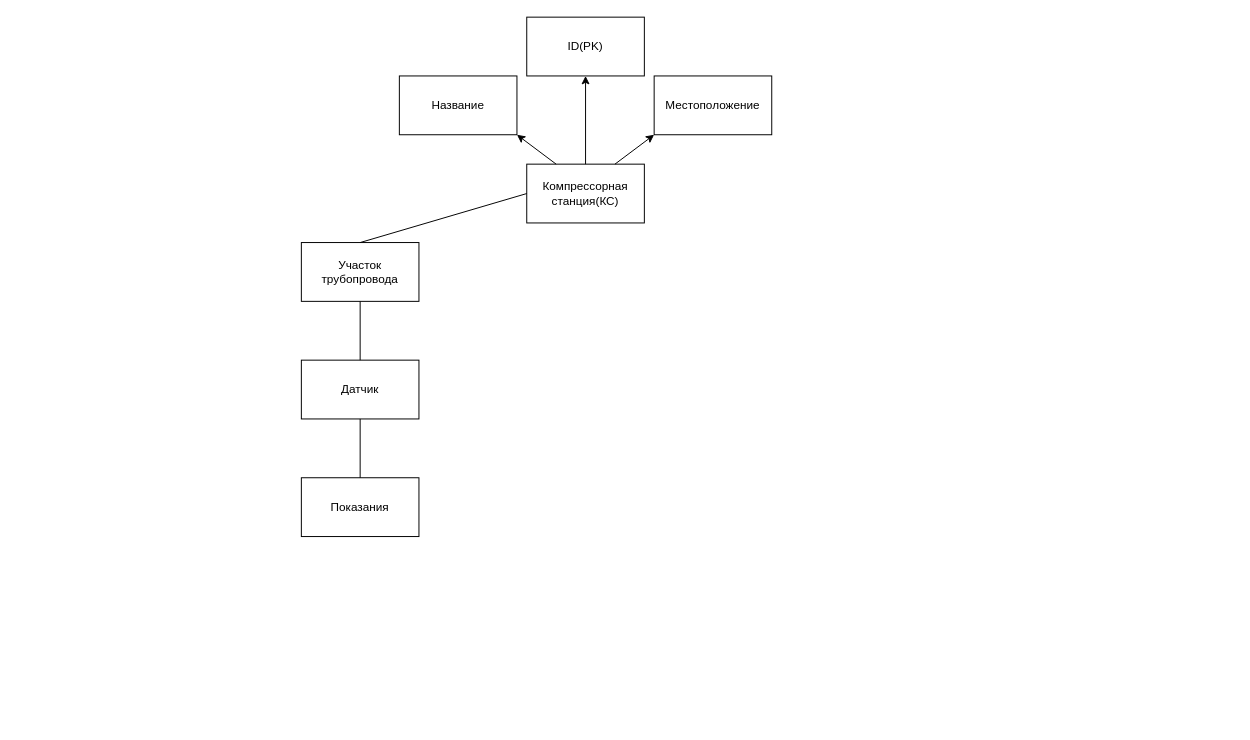
The draw.io diagram IM.drawio in ZaharZh/-, before the edit. Source tidied: cells renumbered, new cells numbered last; positions are measured from the earlier drawing's top-left corner, leaving out a move shared by most shapes. Both pictures are drawn from the tidied source at 98%, with x=0, y=0 at pixel (301, 17).
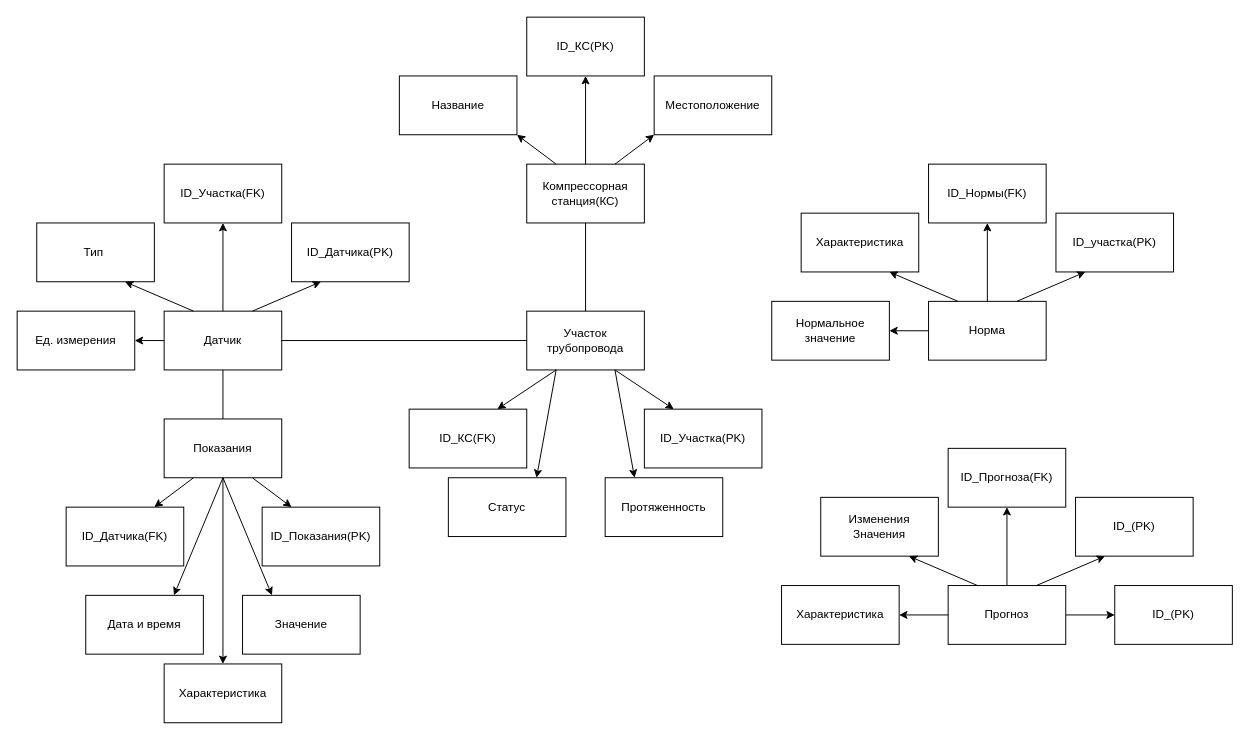
The same diagram, later.

The change refers to these unchanged cells:
```xml
<mxCell id="2" value="Компрессорная станция(КС)" style="rounded=0;whiteSpace=wrap;html=1;" parent="1" vertex="1">
  <mxGeometry x="230" y="150" width="120" height="60" as="geometry" />
</mxCell>
```

Change to the diagram source:
```diff
@@
     <mxCell id="3" value="Участок трубопровода" style="rounded=0;whiteSpace=wrap;html=1;" parent="1" vertex="1">
-      <mxGeometry y="230" width="120" height="60" as="geometry" />
+      <mxGeometry x="230" y="300" width="120" height="60" as="geometry" />
     </mxCell>
     <mxCell id="4" value="Датчик" style="rounded=0;whiteSpace=wrap;html=1;" parent="1" vertex="1">
-      <mxGeometry y="350" width="120" height="60" as="geometry" />
+      <mxGeometry x="-140" y="300" width="120" height="60" as="geometry" />
     </mxCell>
-    <mxCell id="5" style="endArrow=none;html=1;rounded=0;exitX=0.5;exitY=0;exitDx=0;exitDy=0;entryX=0.5;entryY=1;entryDx=0;entryDy=0;" parent="1" edge="1" source="4" target="3">
+    <mxCell id="5" style="endArrow=none;html=1;rounded=0;exitX=1;exitY=0.5;exitDx=0;exitDy=0;entryX=0;entryY=0.5;entryDx=0;entryDy=0;" parent="1" edge="1" source="4" target="3">
       <mxGeometry relative="1" as="geometry" />
     </mxCell>
-    <mxCell id="6" style="endArrow=none;html=1;rounded=0;exitX=0.5;exitY=0;exitDx=0;exitDy=0;entryX=0;entryY=0.5;entryDx=0;entryDy=0;" parent="1" edge="1" source="3" target="2">
+    <mxCell id="6" style="endArrow=none;html=1;rounded=0;exitX=0.5;exitY=0;exitDx=0;exitDy=0;entryX=0.5;entryY=1;entryDx=0;entryDy=0;" parent="1" edge="1" source="3" target="2">
       <mxGeometry relative="1" as="geometry" />
     </mxCell>
     <mxCell id="7" value="Показания" style="rounded=0;whiteSpace=wrap;html=1;" parent="1" vertex="1">
-      <mxGeometry y="470" width="120" height="60" as="geometry" />
+      <mxGeometry x="-140" y="410" width="120" height="60" as="geometry" />
     </mxCell>
@@
-    <mxCell id="9" value="ID(PK)" style="rounded=0;whiteSpace=wrap;html=1;" parent="1" vertex="1">
+    <mxCell id="9" value="ID_КС(PK)" style="rounded=0;whiteSpace=wrap;html=1;" parent="1" vertex="1">
       <mxGeometry x="230" width="120" height="60" as="geometry" />
     </mxCell>
@@
+    <mxCell id="15" value="ID_Участка(PK)" style="rounded=0;whiteSpace=wrap;html=1;" parent="1" vertex="1">
+      <mxGeometry x="350" y="400" width="120" height="60" as="geometry" />
+    </mxCell>
+    <mxCell id="16" style="endArrow=classic;html=1;rounded=0;exitX=0.75;exitY=1;exitDx=0;exitDy=0;entryX=0.25;entryY=0;entryDx=0;entryDy=0;" parent="1" edge="1" source="3" target="15">
+      <mxGeometry relative="1" as="geometry" />
+    </mxCell>
+    <mxCell id="17" value="Статус" style="rounded=0;whiteSpace=wrap;html=1;" parent="1" vertex="1">
+      <mxGeometry x="150" y="470" width="120" height="60" as="geometry" />
+    </mxCell>
+    <mxCell id="18" value="Протяженность" style="rounded=0;whiteSpace=wrap;html=1;" parent="1" vertex="1">
+      <mxGeometry x="310" y="470" width="120" height="60" as="geometry" />
+    </mxCell>
+    <mxCell id="19" style="endArrow=classic;html=1;rounded=0;exitX=0.25;exitY=1;exitDx=0;exitDy=0;entryX=0.75;entryY=0;entryDx=0;entryDy=0;" parent="1" edge="1" source="3" target="17">
+      <mxGeometry relative="1" as="geometry" />
+    </mxCell>
+    <mxCell id="20" style="endArrow=classic;html=1;rounded=0;entryX=0.25;entryY=0;entryDx=0;entryDy=0;exitX=0.75;exitY=1;exitDx=0;exitDy=0;" parent="1" edge="1" source="3" target="18">
+      <mxGeometry relative="1" as="geometry" />
+    </mxCell>
+    <mxCell id="21" value="ID_КС(FK)" style="rounded=0;whiteSpace=wrap;html=1;" parent="1" vertex="1">
+      <mxGeometry x="110" y="400" width="120" height="60" as="geometry" />
+    </mxCell>
+    <mxCell id="22" style="endArrow=classic;html=1;rounded=0;entryX=0.75;entryY=0;entryDx=0;entryDy=0;exitX=0.25;exitY=1;exitDx=0;exitDy=0;" parent="1" edge="1" source="3" target="21">
+      <mxGeometry relative="1" as="geometry" />
+    </mxCell>
+    <mxCell id="23" value="ID_Датчика(PK)" style="rounded=0;whiteSpace=wrap;html=1;" parent="1" vertex="1">
+      <mxGeometry x="-10" y="210" width="120" height="60" as="geometry" />
+    </mxCell>
+    <mxCell id="24" value="ID_Участка(FK)" style="rounded=0;whiteSpace=wrap;html=1;" parent="1" vertex="1">
+      <mxGeometry x="-140" y="150" width="120" height="60" as="geometry" />
+    </mxCell>
+    <mxCell id="25" value="Тип&amp;nbsp;" style="rounded=0;whiteSpace=wrap;html=1;" parent="1" vertex="1">
+      <mxGeometry x="-270" y="210" width="120" height="60" as="geometry" />
+    </mxCell>
+    <mxCell id="26" style="endArrow=classic;html=1;rounded=0;exitX=0.75;exitY=0;exitDx=0;exitDy=0;entryX=0.25;entryY=1;entryDx=0;entryDy=0;" parent="1" edge="1" source="4" target="23">
+      <mxGeometry relative="1" as="geometry" />
+    </mxCell>
+    <mxCell id="27" style="endArrow=classic;html=1;rounded=0;exitX=0.5;exitY=0;exitDx=0;exitDy=0;entryX=0.5;entryY=1;entryDx=0;entryDy=0;" parent="1" edge="1" source="4" target="24">
+      <mxGeometry relative="1" as="geometry" />
+    </mxCell>
+    <mxCell id="28" style="endArrow=classic;html=1;rounded=0;exitX=0.25;exitY=0;exitDx=0;exitDy=0;entryX=0.75;entryY=1;entryDx=0;entryDy=0;" parent="1" edge="1" source="4" target="25">
+      <mxGeometry relative="1" as="geometry" />
+    </mxCell>
+    <mxCell id="29" value="ID_Показания(PK)" style="rounded=0;whiteSpace=wrap;html=1;" parent="1" vertex="1">
+      <mxGeometry x="-40" y="500" width="120" height="60" as="geometry" />
+    </mxCell>
+    <mxCell id="30" value="ID_Датчика(FK)" style="rounded=0;whiteSpace=wrap;html=1;" parent="1" vertex="1">
+      <mxGeometry x="-240" y="500" width="120" height="60" as="geometry" />
+    </mxCell>
+    <mxCell id="31" style="endArrow=classic;html=1;rounded=0;exitX=0.75;exitY=1;exitDx=0;exitDy=0;entryX=0.25;entryY=0;entryDx=0;entryDy=0;" parent="1" edge="1" source="7" target="29">
+      <mxGeometry relative="1" as="geometry" />
+    </mxCell>
+    <mxCell id="32" style="endArrow=classic;html=1;rounded=0;exitX=0.25;exitY=1;exitDx=0;exitDy=0;entryX=0.75;entryY=0;entryDx=0;entryDy=0;" parent="1" edge="1" source="7" target="30">
+      <mxGeometry relative="1" as="geometry" />
+    </mxCell>
+    <mxCell id="33" style="endArrow=classic;html=1;rounded=0;exitX=0.5;exitY=1;exitDx=0;exitDy=0;entryX=0.75;entryY=0;entryDx=0;entryDy=0;" parent="1" edge="1" source="7" target="34">
+      <mxGeometry relative="1" as="geometry" />
+    </mxCell>
+    <mxCell id="34" value="Дата и время" style="rounded=0;whiteSpace=wrap;html=1;" parent="1" vertex="1">
+      <mxGeometry x="-220" y="590" width="120" height="60" as="geometry" />
+    </mxCell>
+    <mxCell id="35" value="Ед. измерения" style="rounded=0;whiteSpace=wrap;html=1;" parent="1" vertex="1">
+      <mxGeometry x="-290" y="300" width="120" height="60" as="geometry" />
+    </mxCell>
+    <mxCell id="36" style="endArrow=classic;html=1;rounded=0;exitX=0;exitY=0.5;exitDx=0;exitDy=0;entryX=1;entryY=0.5;entryDx=0;entryDy=0;" parent="1" edge="1" source="4" target="35">
+      <mxGeometry relative="1" as="geometry" />
+    </mxCell>
+    <mxCell id="37" value="Норма" style="rounded=0;whiteSpace=wrap;html=1;" parent="1" vertex="1">
+      <mxGeometry x="640" y="290" width="120" height="60" as="geometry" />
+    </mxCell>
+    <mxCell id="38" value="ID_участка(PK)" style="rounded=0;whiteSpace=wrap;html=1;" parent="1" vertex="1">
+      <mxGeometry x="770" y="200" width="120" height="60" as="geometry" />
+    </mxCell>
+    <mxCell id="39" value="ID_Нормы(FK)" style="rounded=0;whiteSpace=wrap;html=1;" parent="1" vertex="1">
+      <mxGeometry x="640" y="150" width="120" height="60" as="geometry" />
+    </mxCell>
+    <mxCell id="40" value="Характеристика" style="rounded=0;whiteSpace=wrap;html=1;" parent="1" vertex="1">
+      <mxGeometry x="510" y="200" width="120" height="60" as="geometry" />
+    </mxCell>
+    <mxCell id="41" style="endArrow=classic;html=1;rounded=0;exitX=0.75;exitY=0;exitDx=0;exitDy=0;entryX=0.25;entryY=1;entryDx=0;entryDy=0;" parent="1" edge="1" source="37" target="38">
+      <mxGeometry relative="1" as="geometry" />
+    </mxCell>
+    <mxCell id="42" style="endArrow=classic;html=1;rounded=0;entryX=0.5;entryY=1;entryDx=0;entryDy=0;exitX=0.5;exitY=0;exitDx=0;exitDy=0;" parent="1" edge="1" source="37" target="39">
+      <mxGeometry relative="1" as="geometry" />
+    </mxCell>
+    <mxCell id="43" style="endArrow=classic;html=1;rounded=0;exitX=0.25;exitY=0;exitDx=0;exitDy=0;entryX=0.75;entryY=1;entryDx=0;entryDy=0;" parent="1" edge="1" source="37" target="40">
+      <mxGeometry relative="1" as="geometry" />
+    </mxCell>
+    <mxCell id="44" value="Прогноз" style="rounded=0;whiteSpace=wrap;html=1;" parent="1" vertex="1">
+      <mxGeometry x="660" y="580" width="120" height="60" as="geometry" />
+    </mxCell>
+    <mxCell id="45" value="ID_(PK)" style="rounded=0;whiteSpace=wrap;html=1;" parent="1" vertex="1">
+      <mxGeometry x="790" y="490" width="120" height="60" as="geometry" />
+    </mxCell>
+    <mxCell id="46" value="ID_Прогноза(FK)" style="rounded=0;whiteSpace=wrap;html=1;" parent="1" vertex="1">
+      <mxGeometry x="660" y="440" width="120" height="60" as="geometry" />
+    </mxCell>
+    <mxCell id="47" value="Изменения&lt;div&gt;Значения&lt;/div&gt;" style="rounded=0;whiteSpace=wrap;html=1;" parent="1" vertex="1">
+      <mxGeometry x="530" y="490" width="120" height="60" as="geometry" />
+    </mxCell>
+    <mxCell id="48" style="endArrow=classic;html=1;rounded=0;exitX=0.75;exitY=0;exitDx=0;exitDy=0;entryX=0.25;entryY=1;entryDx=0;entryDy=0;" parent="1" edge="1" source="44" target="45">
+      <mxGeometry relative="1" as="geometry" />
+    </mxCell>
+    <mxCell id="49" style="endArrow=classic;html=1;rounded=0;entryX=0.5;entryY=1;entryDx=0;entryDy=0;exitX=0.5;exitY=0;exitDx=0;exitDy=0;" parent="1" edge="1" source="44" target="46">
+      <mxGeometry relative="1" as="geometry" />
+    </mxCell>
+    <mxCell id="50" style="endArrow=classic;html=1;rounded=0;exitX=0.25;exitY=0;exitDx=0;exitDy=0;entryX=0.75;entryY=1;entryDx=0;entryDy=0;" parent="1" edge="1" source="44" target="47">
+      <mxGeometry relative="1" as="geometry" />
+    </mxCell>
+    <mxCell id="51" value="Нормальное значение" style="rounded=0;whiteSpace=wrap;html=1;" parent="1" vertex="1">
+      <mxGeometry x="480" y="290" width="120" height="60" as="geometry" />
+    </mxCell>
+    <mxCell id="52" style="endArrow=classic;html=1;rounded=0;exitX=0;exitY=0.5;exitDx=0;exitDy=0;entryX=1;entryY=0.5;entryDx=0;entryDy=0;" parent="1" edge="1" source="37" target="51">
+      <mxGeometry relative="1" as="geometry" />
+    </mxCell>
+    <mxCell id="53" value="ID_(PK)" style="rounded=0;whiteSpace=wrap;html=1;" parent="1" vertex="1">
+      <mxGeometry x="830" y="580" width="120" height="60" as="geometry" />
+    </mxCell>
+    <mxCell id="54" style="endArrow=classic;html=1;rounded=0;exitX=1;exitY=0.5;exitDx=0;exitDy=0;entryX=0;entryY=0.5;entryDx=0;entryDy=0;" parent="1" edge="1" source="44" target="53">
+      <mxGeometry relative="1" as="geometry" />
+    </mxCell>
+    <mxCell id="55" style="endArrow=classic;html=1;rounded=0;exitX=0;exitY=0.5;exitDx=0;exitDy=0;entryX=1;entryY=0.5;entryDx=0;entryDy=0;" parent="1" edge="1" source="44" target="56">
+      <mxGeometry relative="1" as="geometry" />
+    </mxCell>
+    <mxCell id="56" value="Характеристика" style="rounded=0;whiteSpace=wrap;html=1;" parent="1" vertex="1">
+      <mxGeometry x="490" y="580" width="120" height="60" as="geometry" />
+    </mxCell>
+    <mxCell id="57" style="endArrow=classic;html=1;rounded=0;exitX=0.5;exitY=1;exitDx=0;exitDy=0;entryX=0.25;entryY=0;entryDx=0;entryDy=0;" parent="1" edge="1" source="7" target="58">
+      <mxGeometry relative="1" as="geometry" />
+    </mxCell>
+    <mxCell id="58" value="Значение" style="rounded=0;whiteSpace=wrap;html=1;" parent="1" vertex="1">
+      <mxGeometry x="-60" y="590" width="120" height="60" as="geometry" />
+    </mxCell>
+    <mxCell id="59" value="Характеристика" style="rounded=0;whiteSpace=wrap;html=1;" parent="1" vertex="1">
+      <mxGeometry x="-140" y="660" width="120" height="60" as="geometry" />
+    </mxCell>
+    <mxCell id="60" style="endArrow=classic;html=1;rounded=0;entryX=0.5;entryY=0;entryDx=0;entryDy=0;exitX=0.5;exitY=1;exitDx=0;exitDy=0;" parent="1" edge="1" source="7" target="59">
+      <mxGeometry relative="1" as="geometry" />
+    </mxCell>
```
